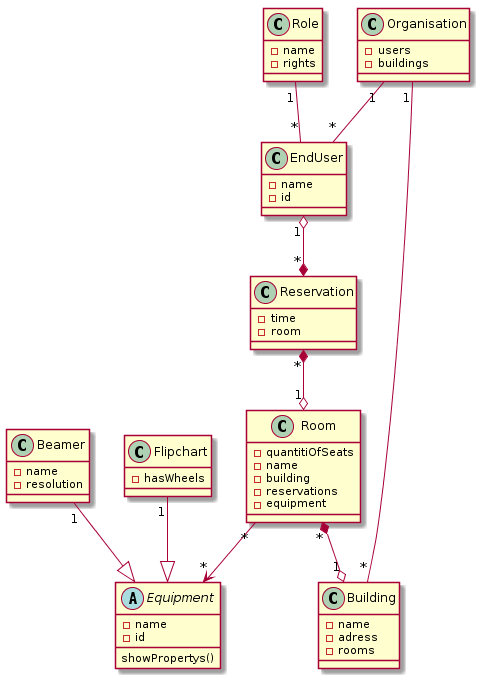
Earlier version of the PlantUML export doc/uml/ClassDiagram.png (BFH-SoED-due1/white).
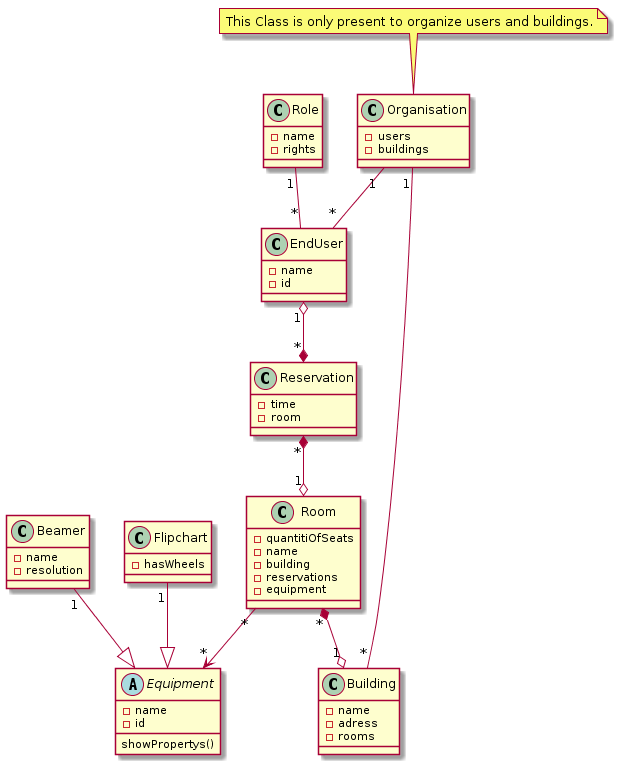
The same diagram one commit later.

Commit message:
added Comment to ClassDiagram

What changed in the source:
```diff
@@ -3,6 +3,7 @@
 	-users
 	-buildings
 }
+note top: This Class is only present to organize users and buildings.
 
 Abstract Class Equipment{
 	-name
```
